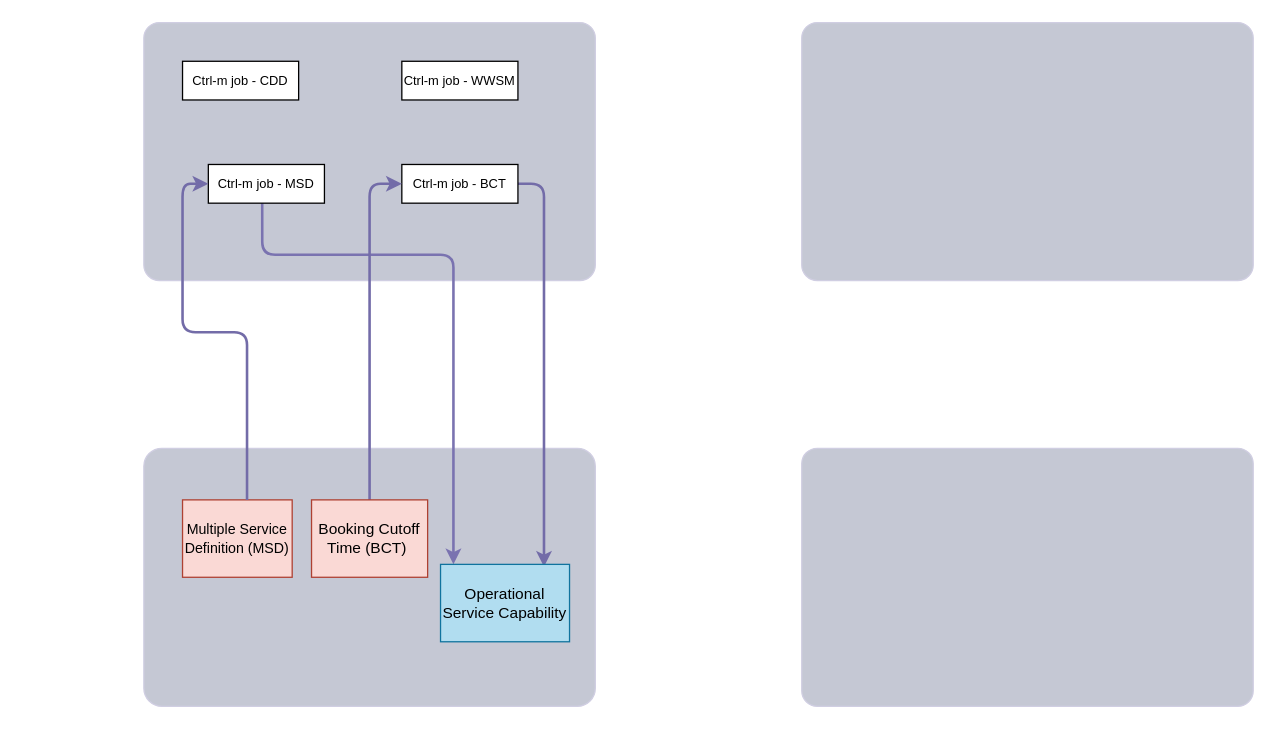
The draw.io diagram Diagram/Untitled Diagram.drawio in Str4nge/Draw_io, before the edit. Source tidied: cells renumbered, new cells numbered last; positions are measured from the earlier drawing's top-left corner, leaving out a move shared by most shapes. Both pictures are drawn from the tidied source at 129%, with x=0, y=0 at pixel (143, 22).
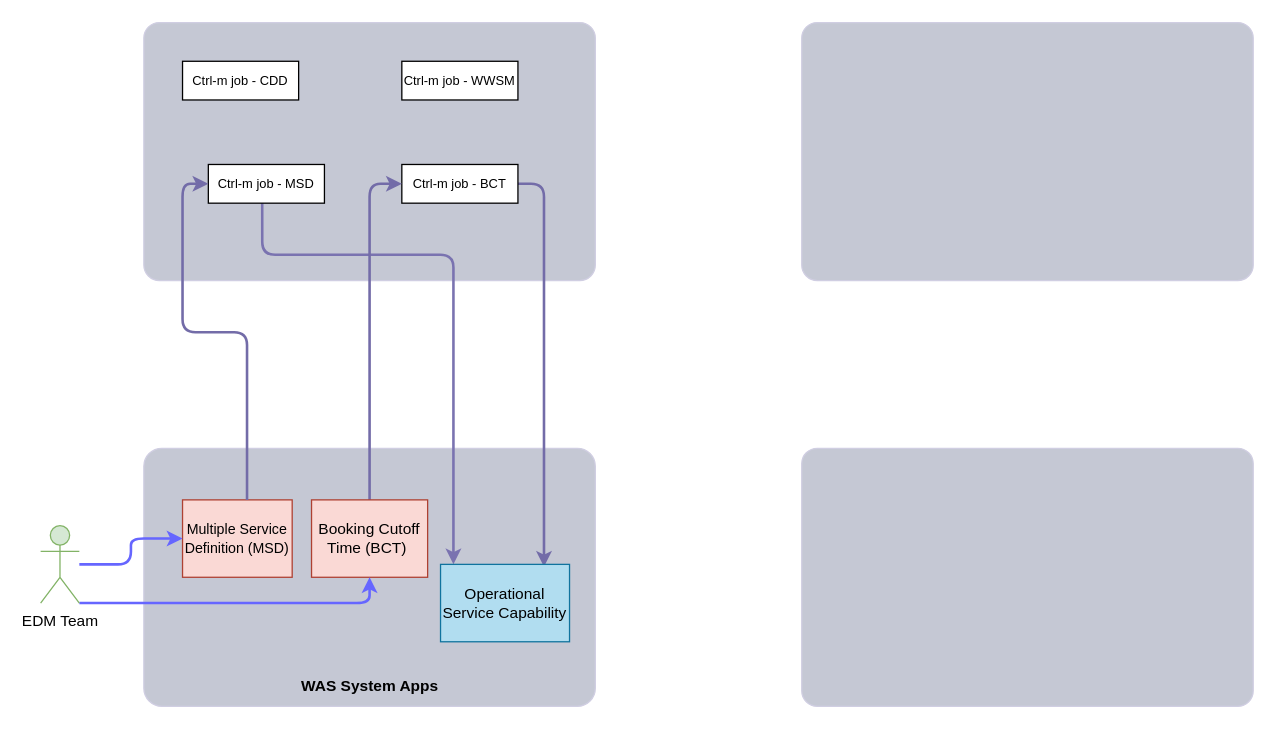
The same diagram, later.

Unchanged cells that the change refers to:
```xml
<mxCell id="12" value="&lt;font style=&quot;font-size: 11px;&quot;&gt;Multiple Service Definition&amp;nbsp;(MSD)&lt;/font&gt;" style="rounded=0;whiteSpace=wrap;html=1;strokeColor=#ae4132;fillColor=#fad9d5;" parent="1" vertex="1">
  <mxGeometry x="30" y="370" width="85" height="60" as="geometry" />
</mxCell>
<mxCell id="14" value="Booking Cutoff Time (BCT)&amp;nbsp;" style="rounded=0;whiteSpace=wrap;html=1;strokeColor=#ae4132;fillColor=#fad9d5;" parent="1" vertex="1">
  <mxGeometry x="130" y="370" width="90" height="60" as="geometry" />
</mxCell>
```

Change to the diagram source:
```diff
@@
+    <mxCell id="17" value="&lt;b&gt;WAS System Apps&lt;/b&gt;" style="text;html=1;align=center;verticalAlign=middle;strokeColor=none;fillColor=none;strokeWidth=2;" parent="1" vertex="1">
+      <mxGeometry x="110" y="500" width="130" height="30" as="geometry" />
+    </mxCell>
+    <mxCell id="18" style="edgeStyle=orthogonalEdgeStyle;rounded=1;jettySize=auto;html=1;strokeWidth=2;strokeColor=#6666FF;" parent="1" edge="1" source="20" target="12">
+      <mxGeometry relative="1" as="geometry" />
+    </mxCell>
+    <mxCell id="19" style="edgeStyle=orthogonalEdgeStyle;rounded=1;jettySize=auto;html=1;exitX=1;exitY=1;exitDx=0;exitDy=0;exitPerimeter=0;entryX=0.5;entryY=1;entryDx=0;entryDy=0;strokeWidth=2;strokeColor=#6666FF;" parent="1" edge="1" source="20" target="14">
+      <mxGeometry relative="1" as="geometry">
+        <Array as="points">
+          <mxPoint x="175" y="450" />
+        </Array>
+      </mxGeometry>
+    </mxCell>
+    <mxCell id="20" value="EDM Team" style="shape=umlActor;verticalLabelPosition=bottom;verticalAlign=top;html=1;outlineConnect=0;fillColor=#d5e8d4;strokeColor=#82b366;" parent="1" vertex="1">
+      <mxGeometry x="-80" y="390" width="30" height="60" as="geometry" />
+    </mxCell>
```
